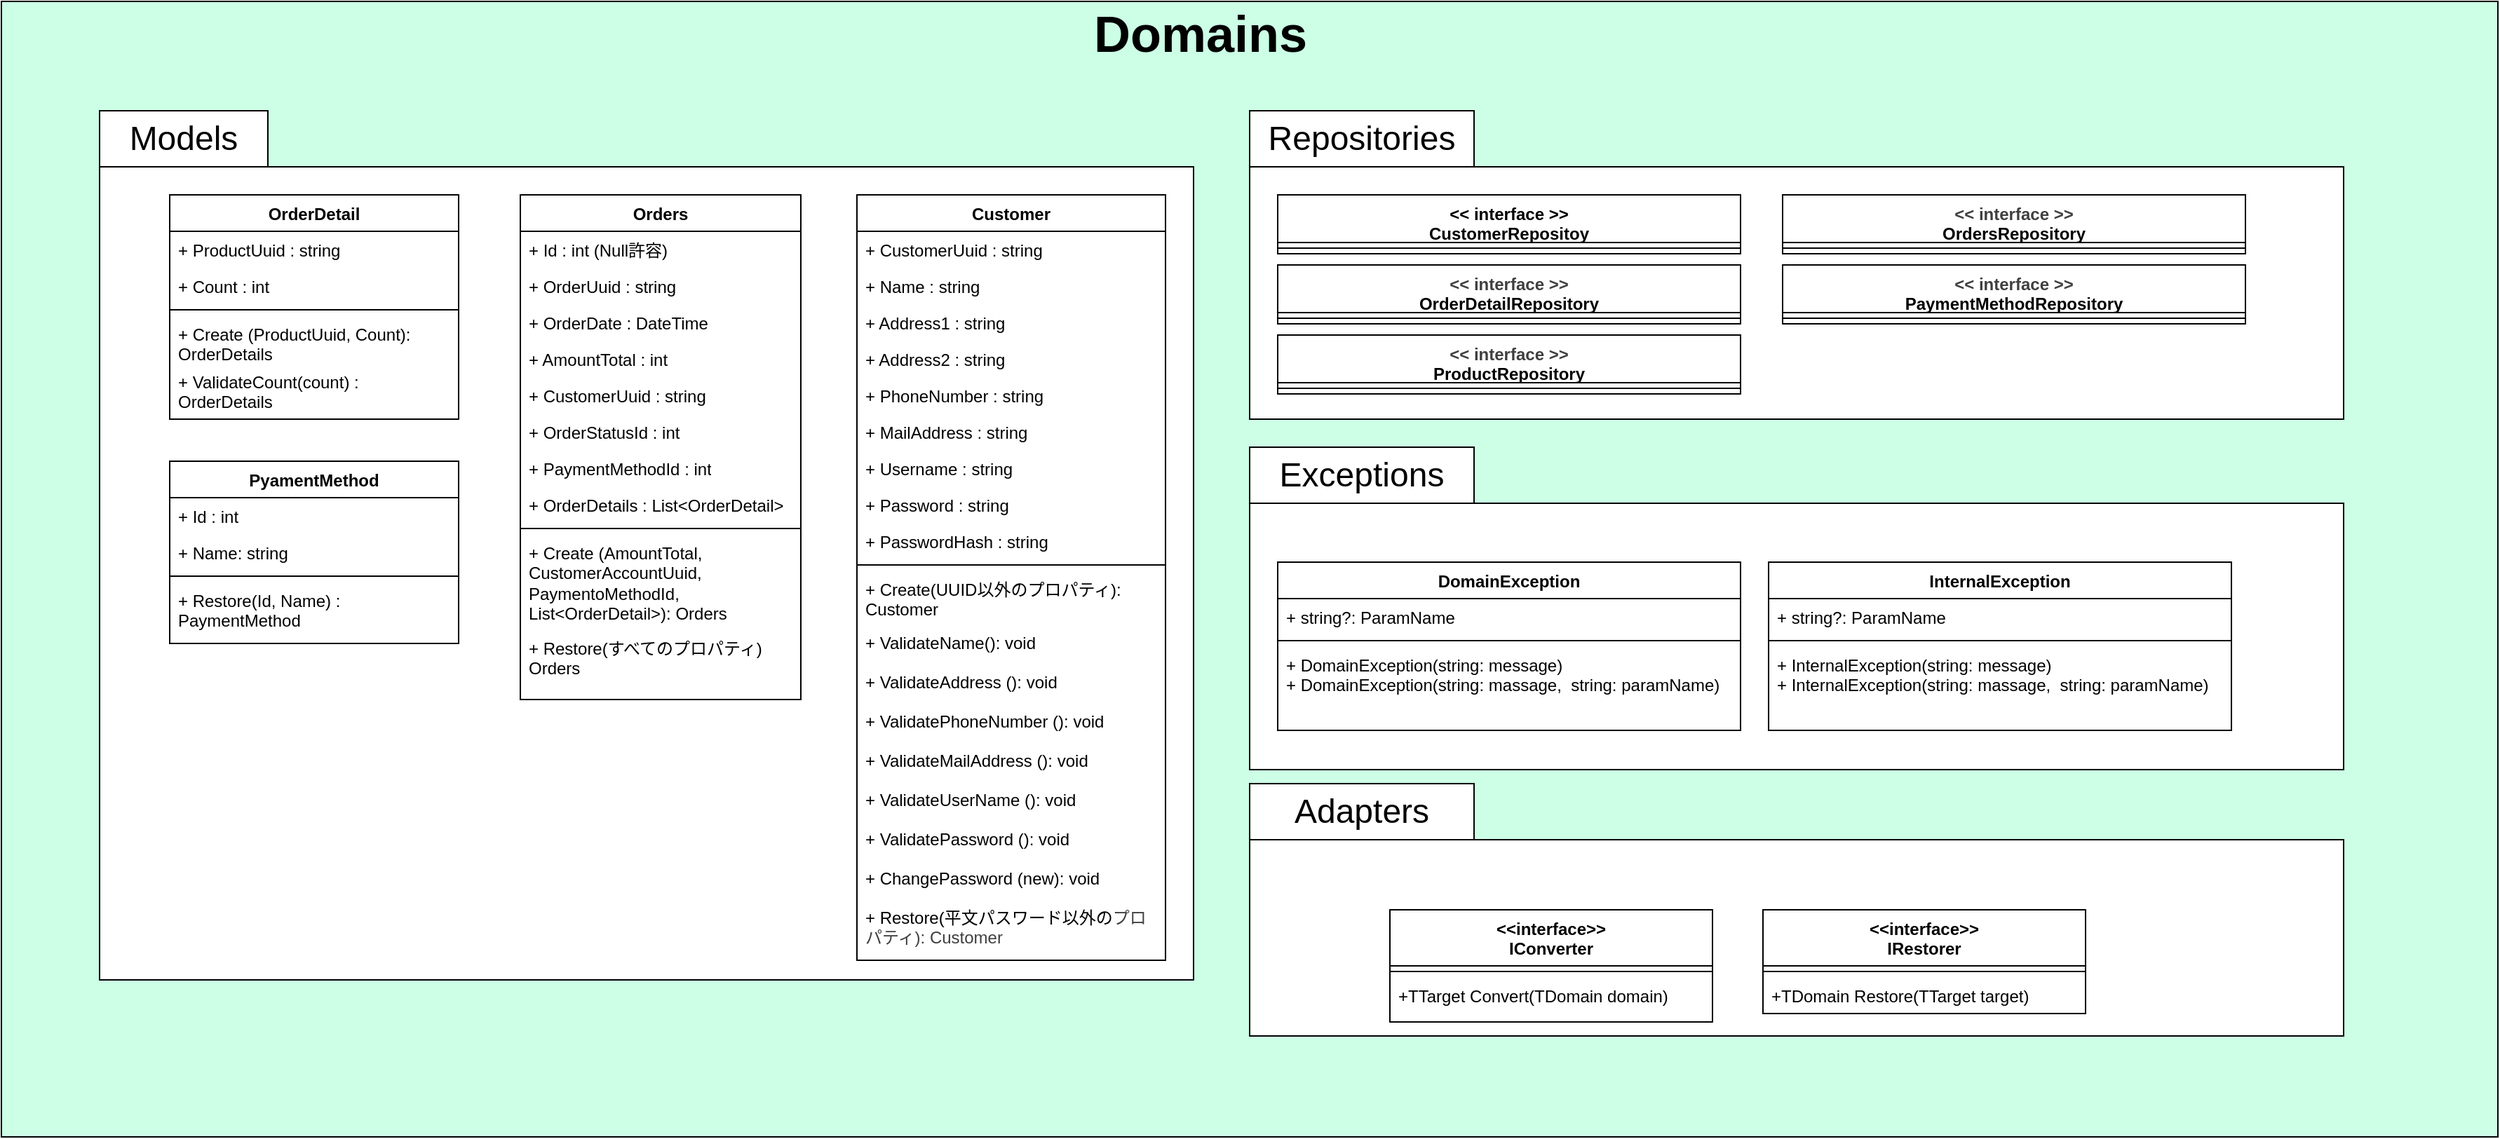
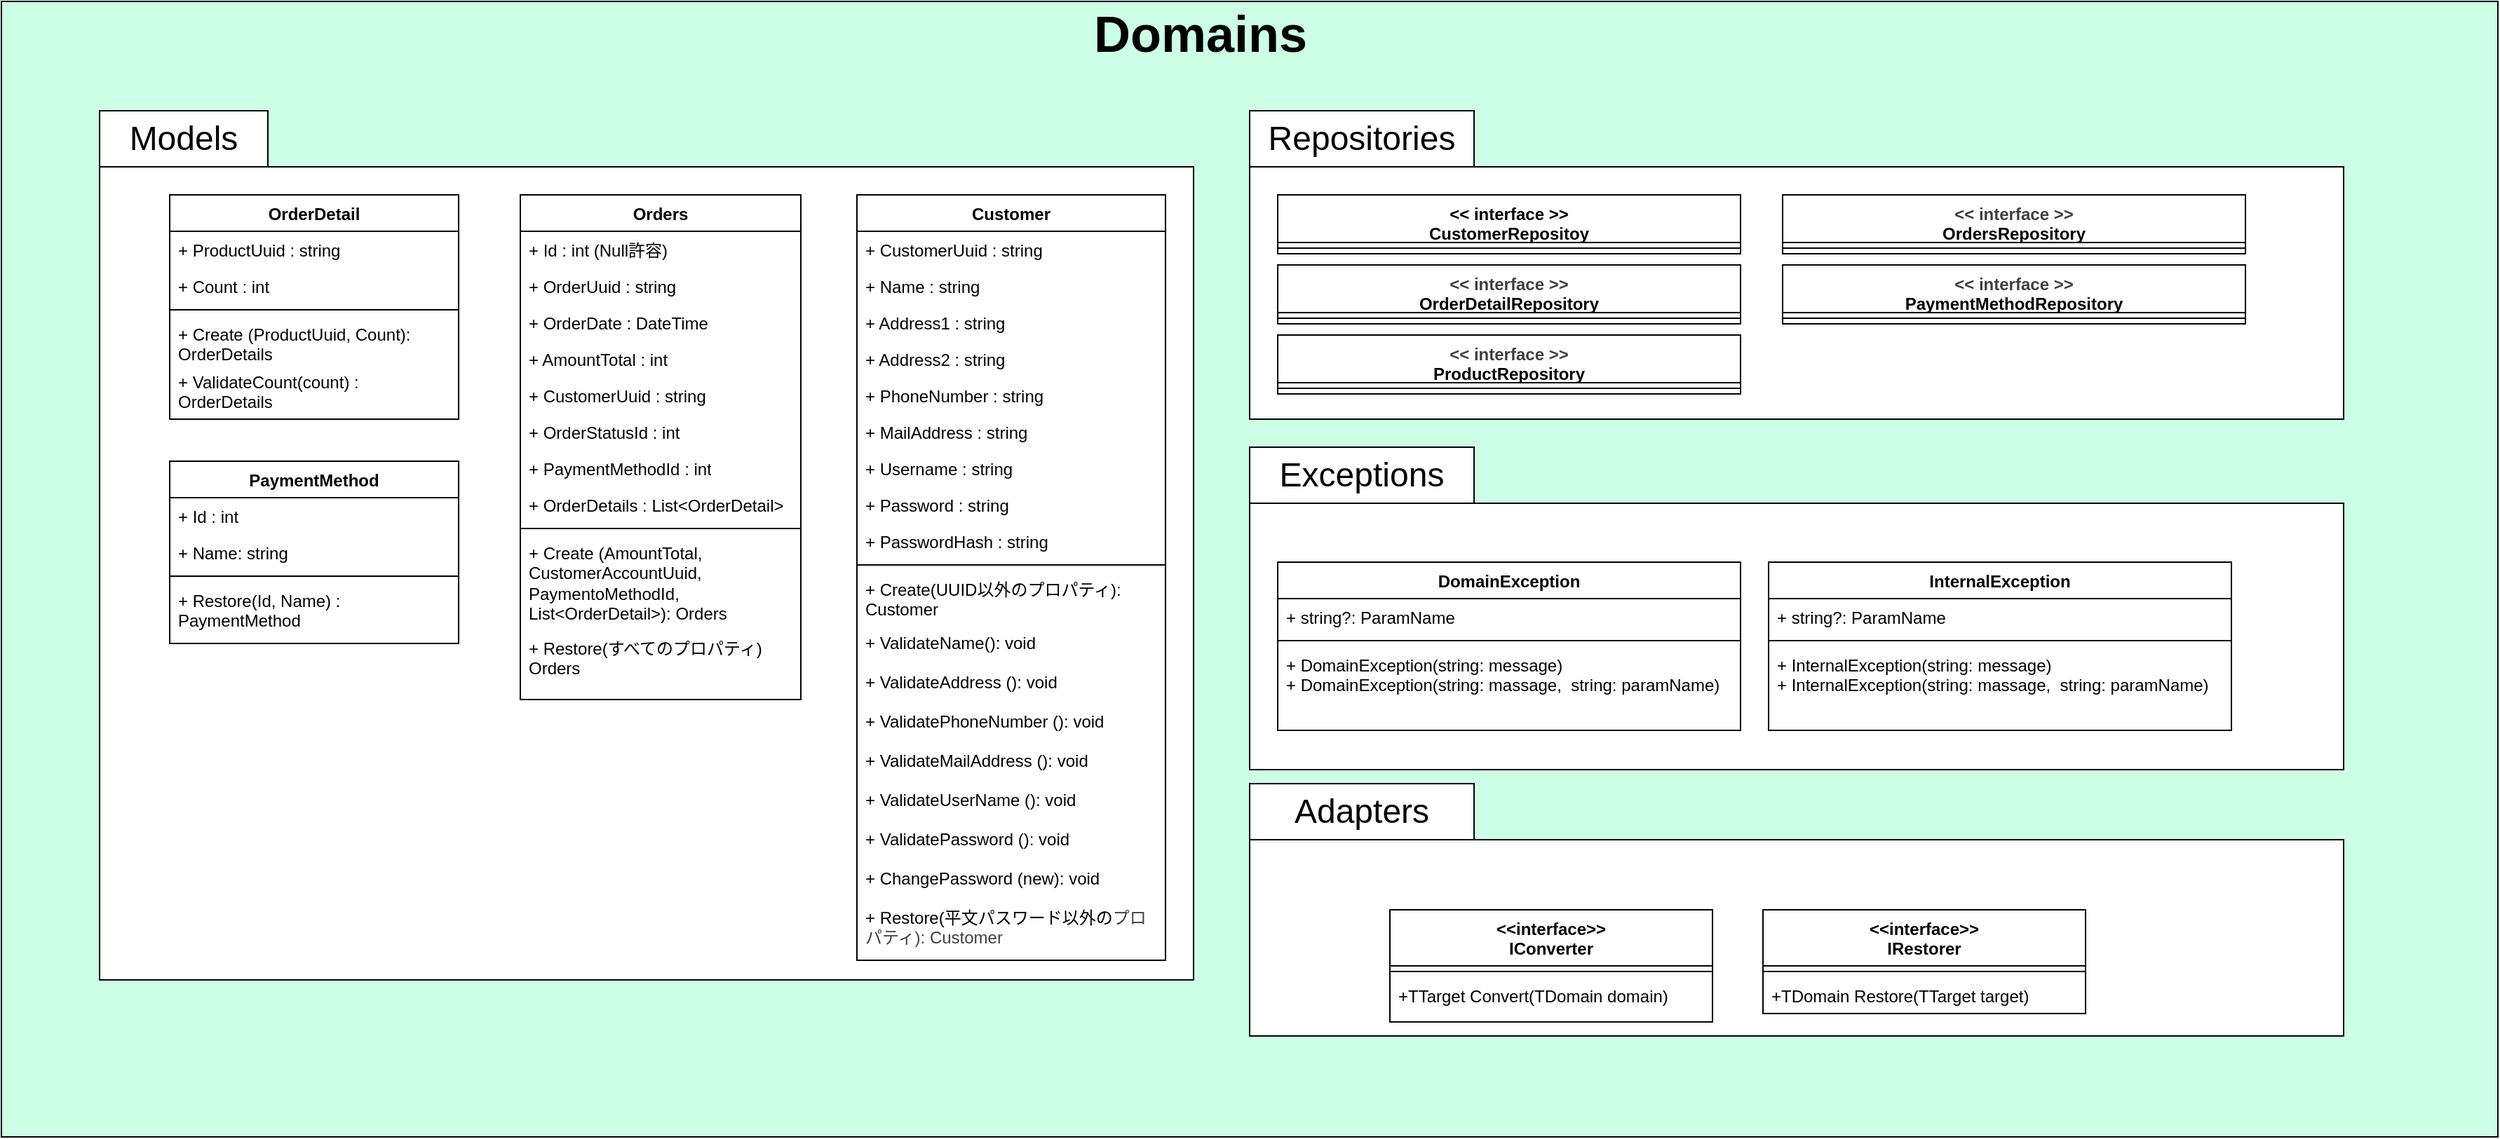
<mxfile host="65bd71144e">
    <diagram id="SwhVxfcrNr2Z_zkzJAcp" name="ページ1">
-         <mxGraphModel dx="2496" dy="1020" grid="1" gridSize="10" guides="1" tooltips="1" connect="1" arrows="1" fold="1" page="1" pageScale="1" pageWidth="827" pageHeight="1169" math="0" shadow="0">
+         <mxGraphModel dx="1362" dy="532" grid="1" gridSize="10" guides="1" tooltips="1" connect="1" arrows="1" fold="1" page="1" pageScale="1" pageWidth="827" pageHeight="1169" math="0" shadow="0">
            <root>
                <mxCell id="0"/>
                <mxCell id="1" parent="0"/>
                <mxCell id="124" value="" style="rounded=0;whiteSpace=wrap;html=1;fillColor=#CCFFE6;" parent="1" vertex="1">
                    <mxGeometry x="-100" y="572" width="1780" height="810" as="geometry"/>
                </mxCell>
                <mxCell id="68" value="" style="rounded=0;whiteSpace=wrap;html=1;" parent="1" vertex="1">
                    <mxGeometry x="-30" y="690" width="780" height="580" as="geometry"/>
                </mxCell>
                <mxCell id="2" value="Customer" style="swimlane;fontStyle=1;align=center;verticalAlign=top;childLayout=stackLayout;horizontal=1;startSize=26;horizontalStack=0;resizeParent=1;resizeParentMax=0;resizeLast=0;collapsible=1;marginBottom=0;whiteSpace=wrap;html=1;" parent="1" vertex="1">
                    <mxGeometry x="510" y="710" width="220" height="546" as="geometry"/>
                </mxCell>
                <mxCell id="3" value="+ CustomerUuid : string" style="text;strokeColor=none;fillColor=none;align=left;verticalAlign=top;spacingLeft=4;spacingRight=4;overflow=hidden;rotatable=0;points=[[0,0.5],[1,0.5]];portConstraint=eastwest;whiteSpace=wrap;html=1;" parent="2" vertex="1">
                    <mxGeometry y="26" width="220" height="26" as="geometry"/>
                </mxCell>
                <mxCell id="6" value="+ Name : string" style="text;strokeColor=none;fillColor=none;align=left;verticalAlign=top;spacingLeft=4;spacingRight=4;overflow=hidden;rotatable=0;points=[[0,0.5],[1,0.5]];portConstraint=eastwest;whiteSpace=wrap;html=1;" parent="2" vertex="1">
                    <mxGeometry y="52" width="220" height="26" as="geometry"/>
                </mxCell>
                <mxCell id="7" value="+ Address1 : string" style="text;strokeColor=none;fillColor=none;align=left;verticalAlign=top;spacingLeft=4;spacingRight=4;overflow=hidden;rotatable=0;points=[[0,0.5],[1,0.5]];portConstraint=eastwest;whiteSpace=wrap;html=1;" parent="2" vertex="1">
                    <mxGeometry y="78" width="220" height="26" as="geometry"/>
                </mxCell>
                <mxCell id="8" value="+ Address2 : string" style="text;strokeColor=none;fillColor=none;align=left;verticalAlign=top;spacingLeft=4;spacingRight=4;overflow=hidden;rotatable=0;points=[[0,0.5],[1,0.5]];portConstraint=eastwest;whiteSpace=wrap;html=1;" parent="2" vertex="1">
                    <mxGeometry y="104" width="220" height="26" as="geometry"/>
                </mxCell>
                <mxCell id="9" value="+ PhoneNumber : string" style="text;strokeColor=none;fillColor=none;align=left;verticalAlign=top;spacingLeft=4;spacingRight=4;overflow=hidden;rotatable=0;points=[[0,0.5],[1,0.5]];portConstraint=eastwest;whiteSpace=wrap;html=1;" parent="2" vertex="1">
                    <mxGeometry y="130" width="220" height="26" as="geometry"/>
                </mxCell>
                <mxCell id="10" value="+ MailAddress : string" style="text;strokeColor=none;fillColor=none;align=left;verticalAlign=top;spacingLeft=4;spacingRight=4;overflow=hidden;rotatable=0;points=[[0,0.5],[1,0.5]];portConstraint=eastwest;whiteSpace=wrap;html=1;" parent="2" vertex="1">
                    <mxGeometry y="156" width="220" height="26" as="geometry"/>
                </mxCell>
                <mxCell id="11" value="+ Username : string" style="text;strokeColor=none;fillColor=none;align=left;verticalAlign=top;spacingLeft=4;spacingRight=4;overflow=hidden;rotatable=0;points=[[0,0.5],[1,0.5]];portConstraint=eastwest;whiteSpace=wrap;html=1;" parent="2" vertex="1">
                    <mxGeometry y="182" width="220" height="26" as="geometry"/>
                </mxCell>
                <mxCell id="12" value="+ Password : string" style="text;strokeColor=none;fillColor=none;align=left;verticalAlign=top;spacingLeft=4;spacingRight=4;overflow=hidden;rotatable=0;points=[[0,0.5],[1,0.5]];portConstraint=eastwest;whiteSpace=wrap;html=1;" parent="2" vertex="1">
                    <mxGeometry y="208" width="220" height="26" as="geometry"/>
                </mxCell>
                <mxCell id="126" value="+ PasswordHash : string" style="text;strokeColor=none;fillColor=none;align=left;verticalAlign=top;spacingLeft=4;spacingRight=4;overflow=hidden;rotatable=0;points=[[0,0.5],[1,0.5]];portConstraint=eastwest;whiteSpace=wrap;html=1;" parent="2" vertex="1">
                    <mxGeometry y="234" width="220" height="26" as="geometry"/>
                </mxCell>
                <mxCell id="4" value="" style="line;strokeWidth=1;fillColor=none;align=left;verticalAlign=middle;spacingTop=-1;spacingLeft=3;spacingRight=3;rotatable=0;labelPosition=right;points=[];portConstraint=eastwest;strokeColor=inherit;" parent="2" vertex="1">
                    <mxGeometry y="260" width="220" height="8" as="geometry"/>
                </mxCell>
                <mxCell id="5" value="+ Create(UUID以外のプロパティ): Customer" style="text;strokeColor=none;fillColor=none;align=left;verticalAlign=top;spacingLeft=4;spacingRight=4;overflow=hidden;rotatable=0;points=[[0,0.5],[1,0.5]];portConstraint=eastwest;whiteSpace=wrap;html=1;" parent="2" vertex="1">
                    <mxGeometry y="268" width="220" height="38" as="geometry"/>
                </mxCell>
                <mxCell id="14" value="+ ValidateName(): void" style="text;strokeColor=none;fillColor=none;align=left;verticalAlign=top;spacingLeft=4;spacingRight=4;overflow=hidden;rotatable=0;points=[[0,0.5],[1,0.5]];portConstraint=eastwest;whiteSpace=wrap;html=1;" parent="2" vertex="1">
                    <mxGeometry y="306" width="220" height="28" as="geometry"/>
                </mxCell>
                <mxCell id="16" value="+ Validate&lt;span style=&quot;color: rgb(0, 0, 0);&quot;&gt;Address&amp;nbsp;&lt;/span&gt;(): void" style="text;strokeColor=none;fillColor=none;align=left;verticalAlign=top;spacingLeft=4;spacingRight=4;overflow=hidden;rotatable=0;points=[[0,0.5],[1,0.5]];portConstraint=eastwest;whiteSpace=wrap;html=1;" parent="2" vertex="1">
                    <mxGeometry y="334" width="220" height="28" as="geometry"/>
                </mxCell>
                <mxCell id="17" value="+ Validate&lt;span style=&quot;color: rgb(0, 0, 0);&quot;&gt;PhoneNumber &lt;/span&gt;(): void" style="text;strokeColor=none;fillColor=none;align=left;verticalAlign=top;spacingLeft=4;spacingRight=4;overflow=hidden;rotatable=0;points=[[0,0.5],[1,0.5]];portConstraint=eastwest;whiteSpace=wrap;html=1;" parent="2" vertex="1">
                    <mxGeometry y="362" width="220" height="28" as="geometry"/>
                </mxCell>
                <mxCell id="18" value="+ Validate&lt;span style=&quot;color: rgb(0, 0, 0);&quot;&gt;MailAddress &lt;/span&gt;(): void" style="text;strokeColor=none;fillColor=none;align=left;verticalAlign=top;spacingLeft=4;spacingRight=4;overflow=hidden;rotatable=0;points=[[0,0.5],[1,0.5]];portConstraint=eastwest;whiteSpace=wrap;html=1;" parent="2" vertex="1">
                    <mxGeometry y="390" width="220" height="28" as="geometry"/>
                </mxCell>
                <mxCell id="19" value="+ Validate&lt;span style=&quot;color: rgb(0, 0, 0);&quot;&gt;UserName &lt;/span&gt;(): void" style="text;strokeColor=none;fillColor=none;align=left;verticalAlign=top;spacingLeft=4;spacingRight=4;overflow=hidden;rotatable=0;points=[[0,0.5],[1,0.5]];portConstraint=eastwest;whiteSpace=wrap;html=1;" parent="2" vertex="1">
                    <mxGeometry y="418" width="220" height="28" as="geometry"/>
                </mxCell>
                <mxCell id="20" value="+ Validate&lt;span style=&quot;color: rgb(0, 0, 0);&quot;&gt;Password &lt;/span&gt;(): void" style="text;strokeColor=none;fillColor=none;align=left;verticalAlign=top;spacingLeft=4;spacingRight=4;overflow=hidden;rotatable=0;points=[[0,0.5],[1,0.5]];portConstraint=eastwest;whiteSpace=wrap;html=1;" parent="2" vertex="1">
                    <mxGeometry y="446" width="220" height="28" as="geometry"/>
                </mxCell>
                <mxCell id="102" value="+ Change&lt;span style=&quot;color: rgb(0, 0, 0);&quot;&gt;Password &lt;/span&gt;(new): void" style="text;strokeColor=none;fillColor=none;align=left;verticalAlign=top;spacingLeft=4;spacingRight=4;overflow=hidden;rotatable=0;points=[[0,0.5],[1,0.5]];portConstraint=eastwest;whiteSpace=wrap;html=1;" parent="2" vertex="1">
                    <mxGeometry y="474" width="220" height="28" as="geometry"/>
                </mxCell>
                <mxCell id="15" value="+ Restore(平文パスワード以外の&lt;span style=&quot;color: rgb(63, 63, 63); background-color: transparent;&quot;&gt;プロパティ): Customer&lt;/span&gt;" style="text;strokeColor=none;fillColor=none;align=left;verticalAlign=top;spacingLeft=4;spacingRight=4;overflow=hidden;rotatable=0;points=[[0,0.5],[1,0.5]];portConstraint=eastwest;whiteSpace=wrap;html=1;" parent="2" vertex="1">
                    <mxGeometry y="502" width="220" height="44" as="geometry"/>
                </mxCell>
                <mxCell id="25" value="Orders" style="swimlane;fontStyle=1;align=center;verticalAlign=top;childLayout=stackLayout;horizontal=1;startSize=26;horizontalStack=0;resizeParent=1;resizeParentMax=0;resizeLast=0;collapsible=1;marginBottom=0;whiteSpace=wrap;html=1;" parent="1" vertex="1">
                    <mxGeometry x="270" y="710" width="200" height="360" as="geometry"/>
                </mxCell>
                <mxCell id="26" value="+ Id : int (Null許容)" style="text;strokeColor=none;fillColor=none;align=left;verticalAlign=top;spacingLeft=4;spacingRight=4;overflow=hidden;rotatable=0;points=[[0,0.5],[1,0.5]];portConstraint=eastwest;whiteSpace=wrap;html=1;" parent="25" vertex="1">
                    <mxGeometry y="26" width="200" height="26" as="geometry"/>
                </mxCell>
                <mxCell id="40" value="+ OrderUuid : string" style="text;strokeColor=none;fillColor=none;align=left;verticalAlign=top;spacingLeft=4;spacingRight=4;overflow=hidden;rotatable=0;points=[[0,0.5],[1,0.5]];portConstraint=eastwest;whiteSpace=wrap;html=1;" parent="25" vertex="1">
                    <mxGeometry y="52" width="200" height="26" as="geometry"/>
                </mxCell>
                <mxCell id="44" value="+ OrderDate : DateTime" style="text;strokeColor=none;fillColor=none;align=left;verticalAlign=top;spacingLeft=4;spacingRight=4;overflow=hidden;rotatable=0;points=[[0,0.5],[1,0.5]];portConstraint=eastwest;whiteSpace=wrap;html=1;" parent="25" vertex="1">
                    <mxGeometry y="78" width="200" height="26" as="geometry"/>
                </mxCell>
                <mxCell id="43" value="+ AmountTotal : int" style="text;strokeColor=none;fillColor=none;align=left;verticalAlign=top;spacingLeft=4;spacingRight=4;overflow=hidden;rotatable=0;points=[[0,0.5],[1,0.5]];portConstraint=eastwest;whiteSpace=wrap;html=1;" parent="25" vertex="1">
                    <mxGeometry y="104" width="200" height="26" as="geometry"/>
                </mxCell>
                <mxCell id="42" value="+ CustomerUuid : string" style="text;strokeColor=none;fillColor=none;align=left;verticalAlign=top;spacingLeft=4;spacingRight=4;overflow=hidden;rotatable=0;points=[[0,0.5],[1,0.5]];portConstraint=eastwest;whiteSpace=wrap;html=1;" parent="25" vertex="1">
                    <mxGeometry y="130" width="200" height="26" as="geometry"/>
                </mxCell>
                <mxCell id="41" value="+ OrderStatusId : int" style="text;strokeColor=none;fillColor=none;align=left;verticalAlign=top;spacingLeft=4;spacingRight=4;overflow=hidden;rotatable=0;points=[[0,0.5],[1,0.5]];portConstraint=eastwest;whiteSpace=wrap;html=1;" parent="25" vertex="1">
                    <mxGeometry y="156" width="200" height="26" as="geometry"/>
                </mxCell>
                <mxCell id="47" value="+ PaymentMethodId : int" style="text;strokeColor=none;fillColor=none;align=left;verticalAlign=top;spacingLeft=4;spacingRight=4;overflow=hidden;rotatable=0;points=[[0,0.5],[1,0.5]];portConstraint=eastwest;whiteSpace=wrap;html=1;" parent="25" vertex="1">
                    <mxGeometry y="182" width="200" height="26" as="geometry"/>
                </mxCell>
                <mxCell id="46" value="+ OrderDetails : List&amp;lt;OrderDetail&amp;gt;" style="text;strokeColor=none;fillColor=none;align=left;verticalAlign=top;spacingLeft=4;spacingRight=4;overflow=hidden;rotatable=0;points=[[0,0.5],[1,0.5]];portConstraint=eastwest;whiteSpace=wrap;html=1;" parent="25" vertex="1">
                    <mxGeometry y="208" width="200" height="26" as="geometry"/>
                </mxCell>
                <mxCell id="27" value="" style="line;strokeWidth=1;fillColor=none;align=left;verticalAlign=middle;spacingTop=-1;spacingLeft=3;spacingRight=3;rotatable=0;labelPosition=right;points=[];portConstraint=eastwest;strokeColor=inherit;" parent="25" vertex="1">
                    <mxGeometry y="234" width="200" height="8" as="geometry"/>
                </mxCell>
                <mxCell id="49" value="+ Create (AmountTotal, CustomerAccountUuid, PaymentoMethodId, List&amp;lt;OrderDetail&amp;gt;): Orders" style="text;strokeColor=none;fillColor=none;align=left;verticalAlign=top;spacingLeft=4;spacingRight=4;overflow=hidden;rotatable=0;points=[[0,0.5],[1,0.5]];portConstraint=eastwest;whiteSpace=wrap;html=1;" parent="25" vertex="1">
                    <mxGeometry y="242" width="200" height="68" as="geometry"/>
                </mxCell>
                <mxCell id="28" value="+ Restore(すべてのプロパティ) Orders" style="text;strokeColor=none;fillColor=none;align=left;verticalAlign=top;spacingLeft=4;spacingRight=4;overflow=hidden;rotatable=0;points=[[0,0.5],[1,0.5]];portConstraint=eastwest;whiteSpace=wrap;html=1;" parent="25" vertex="1">
                    <mxGeometry y="310" width="200" height="50" as="geometry"/>
                </mxCell>
                <mxCell id="51" value="OrderDetail" style="swimlane;fontStyle=1;align=center;verticalAlign=top;childLayout=stackLayout;horizontal=1;startSize=26;horizontalStack=0;resizeParent=1;resizeParentMax=0;resizeLast=0;collapsible=1;marginBottom=0;whiteSpace=wrap;html=1;" parent="1" vertex="1">
                    <mxGeometry x="20" y="710" width="206" height="160" as="geometry"/>
                </mxCell>
                <mxCell id="52" value="+ ProductUuid : string" style="text;strokeColor=none;fillColor=none;align=left;verticalAlign=top;spacingLeft=4;spacingRight=4;overflow=hidden;rotatable=0;points=[[0,0.5],[1,0.5]];portConstraint=eastwest;whiteSpace=wrap;html=1;" parent="51" vertex="1">
                    <mxGeometry y="26" width="206" height="26" as="geometry"/>
                </mxCell>
                <mxCell id="53" value="+ Count : int" style="text;strokeColor=none;fillColor=none;align=left;verticalAlign=top;spacingLeft=4;spacingRight=4;overflow=hidden;rotatable=0;points=[[0,0.5],[1,0.5]];portConstraint=eastwest;whiteSpace=wrap;html=1;" parent="51" vertex="1">
                    <mxGeometry y="52" width="206" height="26" as="geometry"/>
                </mxCell>
                <mxCell id="59" value="" style="line;strokeWidth=1;fillColor=none;align=left;verticalAlign=middle;spacingTop=-1;spacingLeft=3;spacingRight=3;rotatable=0;labelPosition=right;points=[];portConstraint=eastwest;strokeColor=inherit;" parent="51" vertex="1">
                    <mxGeometry y="78" width="206" height="8" as="geometry"/>
                </mxCell>
                <mxCell id="61" value="+ Create (ProductUuid, Count): OrderDetails" style="text;strokeColor=none;fillColor=none;align=left;verticalAlign=top;spacingLeft=4;spacingRight=4;overflow=hidden;rotatable=0;points=[[0,0.5],[1,0.5]];portConstraint=eastwest;whiteSpace=wrap;html=1;" parent="51" vertex="1">
                    <mxGeometry y="86" width="206" height="34" as="geometry"/>
                </mxCell>
                <mxCell id="60" value="+ ValidateCount(count) : OrderDetails" style="text;strokeColor=none;fillColor=none;align=left;verticalAlign=top;spacingLeft=4;spacingRight=4;overflow=hidden;rotatable=0;points=[[0,0.5],[1,0.5]];portConstraint=eastwest;whiteSpace=wrap;html=1;" parent="51" vertex="1">
                    <mxGeometry y="120" width="206" height="40" as="geometry"/>
                </mxCell>
-                 <mxCell id="62" value="PyamentMethod" style="swimlane;fontStyle=1;align=center;verticalAlign=top;childLayout=stackLayout;horizontal=1;startSize=26;horizontalStack=0;resizeParent=1;resizeParentMax=0;resizeLast=0;collapsible=1;marginBottom=0;whiteSpace=wrap;html=1;" parent="1" vertex="1">
+                 <mxCell id="62" value="PaymentMethod" style="swimlane;fontStyle=1;align=center;verticalAlign=top;childLayout=stackLayout;horizontal=1;startSize=26;horizontalStack=0;resizeParent=1;resizeParentMax=0;resizeLast=0;collapsible=1;marginBottom=0;whiteSpace=wrap;html=1;" parent="1" vertex="1">
                    <mxGeometry x="20" y="900" width="206" height="130" as="geometry"/>
                </mxCell>
                <mxCell id="63" value="+ Id : int" style="text;strokeColor=none;fillColor=none;align=left;verticalAlign=top;spacingLeft=4;spacingRight=4;overflow=hidden;rotatable=0;points=[[0,0.5],[1,0.5]];portConstraint=eastwest;whiteSpace=wrap;html=1;" parent="62" vertex="1">
                    <mxGeometry y="26" width="206" height="26" as="geometry"/>
                </mxCell>
                <mxCell id="64" value="+ Name: string" style="text;strokeColor=none;fillColor=none;align=left;verticalAlign=top;spacingLeft=4;spacingRight=4;overflow=hidden;rotatable=0;points=[[0,0.5],[1,0.5]];portConstraint=eastwest;whiteSpace=wrap;html=1;" parent="62" vertex="1">
                    <mxGeometry y="52" width="206" height="26" as="geometry"/>
                </mxCell>
                <mxCell id="128" value="" style="line;strokeWidth=1;fillColor=none;align=left;verticalAlign=middle;spacingTop=-1;spacingLeft=3;spacingRight=3;rotatable=0;labelPosition=right;points=[];portConstraint=eastwest;strokeColor=inherit;" parent="62" vertex="1">
                    <mxGeometry y="78" width="206" height="8" as="geometry"/>
                </mxCell>
                <mxCell id="127" value="+ Restore(Id, Name) : PaymentMethod" style="text;strokeColor=none;fillColor=none;align=left;verticalAlign=top;spacingLeft=4;spacingRight=4;overflow=hidden;rotatable=0;points=[[0,0.5],[1,0.5]];portConstraint=eastwest;whiteSpace=wrap;html=1;" parent="62" vertex="1">
                    <mxGeometry y="86" width="206" height="44" as="geometry"/>
                </mxCell>
                <mxCell id="69" value="&lt;font style=&quot;font-size: 24px;&quot;&gt;Models&lt;/font&gt;" style="rounded=0;whiteSpace=wrap;html=1;" parent="1" vertex="1">
                    <mxGeometry x="-30" y="650" width="120" height="40" as="geometry"/>
                </mxCell>
                <mxCell id="70" value="" style="rounded=0;whiteSpace=wrap;html=1;" parent="1" vertex="1">
                    <mxGeometry x="790" y="690" width="780" height="180" as="geometry"/>
                </mxCell>
                <mxCell id="71" value="&lt;font style=&quot;font-size: 24px;&quot;&gt;Repositories&lt;/font&gt;" style="rounded=0;whiteSpace=wrap;html=1;" parent="1" vertex="1">
                    <mxGeometry x="790" y="650" width="160" height="40" as="geometry"/>
                </mxCell>
                <mxCell id="72" value="" style="rounded=0;whiteSpace=wrap;html=1;" parent="1" vertex="1">
                    <mxGeometry x="790" y="930" width="780" height="190" as="geometry"/>
                </mxCell>
                <mxCell id="73" value="&lt;font style=&quot;font-size: 24px;&quot;&gt;Exceptions&lt;/font&gt;" style="rounded=0;whiteSpace=wrap;html=1;" parent="1" vertex="1">
                    <mxGeometry x="790" y="890" width="160" height="40" as="geometry"/>
                </mxCell>
                <mxCell id="78" value="DomainException" style="swimlane;fontStyle=1;align=center;verticalAlign=top;childLayout=stackLayout;horizontal=1;startSize=26;horizontalStack=0;resizeParent=1;resizeParentMax=0;resizeLast=0;collapsible=1;marginBottom=0;whiteSpace=wrap;html=1;" parent="1" vertex="1">
                    <mxGeometry x="810" y="972" width="330" height="120" as="geometry"/>
                </mxCell>
                <mxCell id="79" value="+ string?: ParamName" style="text;strokeColor=none;fillColor=none;align=left;verticalAlign=top;spacingLeft=4;spacingRight=4;overflow=hidden;rotatable=0;points=[[0,0.5],[1,0.5]];portConstraint=eastwest;whiteSpace=wrap;html=1;" parent="78" vertex="1">
                    <mxGeometry y="26" width="330" height="26" as="geometry"/>
                </mxCell>
                <mxCell id="80" value="" style="line;strokeWidth=1;fillColor=none;align=left;verticalAlign=middle;spacingTop=-1;spacingLeft=3;spacingRight=3;rotatable=0;labelPosition=right;points=[];portConstraint=eastwest;strokeColor=inherit;" parent="78" vertex="1">
                    <mxGeometry y="52" width="330" height="8" as="geometry"/>
                </mxCell>
                <mxCell id="81" value="+ DomainException(string: message)&lt;div&gt;+ DomainException(string: massage,&amp;nbsp; string: paramName)&lt;/div&gt;" style="text;strokeColor=none;fillColor=none;align=left;verticalAlign=top;spacingLeft=4;spacingRight=4;overflow=hidden;rotatable=0;points=[[0,0.5],[1,0.5]];portConstraint=eastwest;whiteSpace=wrap;html=1;" parent="78" vertex="1">
                    <mxGeometry y="60" width="330" height="60" as="geometry"/>
                </mxCell>
                <mxCell id="82" value="InternalException" style="swimlane;fontStyle=1;align=center;verticalAlign=top;childLayout=stackLayout;horizontal=1;startSize=26;horizontalStack=0;resizeParent=1;resizeParentMax=0;resizeLast=0;collapsible=1;marginBottom=0;whiteSpace=wrap;html=1;" parent="1" vertex="1">
                    <mxGeometry x="1160" y="972" width="330" height="120" as="geometry"/>
                </mxCell>
                <mxCell id="83" value="+ string?: ParamName" style="text;strokeColor=none;fillColor=none;align=left;verticalAlign=top;spacingLeft=4;spacingRight=4;overflow=hidden;rotatable=0;points=[[0,0.5],[1,0.5]];portConstraint=eastwest;whiteSpace=wrap;html=1;" parent="82" vertex="1">
                    <mxGeometry y="26" width="330" height="26" as="geometry"/>
                </mxCell>
                <mxCell id="84" value="" style="line;strokeWidth=1;fillColor=none;align=left;verticalAlign=middle;spacingTop=-1;spacingLeft=3;spacingRight=3;rotatable=0;labelPosition=right;points=[];portConstraint=eastwest;strokeColor=inherit;" parent="82" vertex="1">
                    <mxGeometry y="52" width="330" height="8" as="geometry"/>
                </mxCell>
                <mxCell id="85" value="+ InternalException(string: message)&lt;div&gt;+ InternalException(string: massage,&amp;nbsp; string: paramName)&lt;/div&gt;" style="text;strokeColor=none;fillColor=none;align=left;verticalAlign=top;spacingLeft=4;spacingRight=4;overflow=hidden;rotatable=0;points=[[0,0.5],[1,0.5]];portConstraint=eastwest;whiteSpace=wrap;html=1;" parent="82" vertex="1">
                    <mxGeometry y="60" width="330" height="60" as="geometry"/>
                </mxCell>
                <mxCell id="86" value="" style="rounded=0;whiteSpace=wrap;html=1;" parent="1" vertex="1">
                    <mxGeometry x="790" y="1170" width="780" height="140" as="geometry"/>
                </mxCell>
                <mxCell id="87" value="&lt;font style=&quot;font-size: 24px;&quot;&gt;Adapters&lt;/font&gt;" style="rounded=0;whiteSpace=wrap;html=1;" parent="1" vertex="1">
                    <mxGeometry x="790" y="1130" width="160" height="40" as="geometry"/>
                </mxCell>
                <mxCell id="96" value="&amp;lt;&amp;lt;interface&amp;gt;&amp;gt;&lt;div&gt;IConverter&lt;/div&gt;" style="swimlane;fontStyle=1;align=center;verticalAlign=top;childLayout=stackLayout;horizontal=1;startSize=40;horizontalStack=0;resizeParent=1;resizeParentMax=0;resizeLast=0;collapsible=1;marginBottom=0;whiteSpace=wrap;html=1;" parent="1" vertex="1">
                    <mxGeometry x="890" y="1220" width="230" height="80" as="geometry"/>
                </mxCell>
                <mxCell id="97" value="" style="line;strokeWidth=1;fillColor=none;align=left;verticalAlign=middle;spacingTop=-1;spacingLeft=3;spacingRight=3;rotatable=0;labelPosition=right;points=[];portConstraint=eastwest;strokeColor=inherit;" parent="96" vertex="1">
                    <mxGeometry y="40" width="230" height="8" as="geometry"/>
                </mxCell>
                <mxCell id="98" value="+TTarget Convert(TDomain domain)" style="text;strokeColor=none;fillColor=none;align=left;verticalAlign=top;spacingLeft=4;spacingRight=4;overflow=hidden;rotatable=0;points=[[0,0.5],[1,0.5]];portConstraint=eastwest;whiteSpace=wrap;html=1;" parent="96" vertex="1">
                    <mxGeometry y="48" width="230" height="32" as="geometry"/>
                </mxCell>
                <mxCell id="99" value="&amp;lt;&amp;lt;interface&amp;gt;&amp;gt;&lt;div&gt;IRestorer&lt;/div&gt;" style="swimlane;fontStyle=1;align=center;verticalAlign=top;childLayout=stackLayout;horizontal=1;startSize=40;horizontalStack=0;resizeParent=1;resizeParentMax=0;resizeLast=0;collapsible=1;marginBottom=0;whiteSpace=wrap;html=1;" parent="1" vertex="1">
                    <mxGeometry x="1156" y="1220" width="230" height="74" as="geometry"/>
                </mxCell>
                <mxCell id="100" value="" style="line;strokeWidth=1;fillColor=none;align=left;verticalAlign=middle;spacingTop=-1;spacingLeft=3;spacingRight=3;rotatable=0;labelPosition=right;points=[];portConstraint=eastwest;strokeColor=inherit;" parent="99" vertex="1">
                    <mxGeometry y="40" width="230" height="8" as="geometry"/>
                </mxCell>
                <mxCell id="101" value="+TDomain Restore(TTarget target)" style="text;strokeColor=none;fillColor=none;align=left;verticalAlign=top;spacingLeft=4;spacingRight=4;overflow=hidden;rotatable=0;points=[[0,0.5],[1,0.5]];portConstraint=eastwest;whiteSpace=wrap;html=1;" parent="99" vertex="1">
                    <mxGeometry y="48" width="230" height="26" as="geometry"/>
                </mxCell>
                <mxCell id="103" value="&lt;div&gt;&lt;span style=&quot;background-color: transparent;&quot;&gt;&amp;lt;&amp;lt; interface &amp;gt;&amp;gt;&lt;/span&gt;&lt;/div&gt;&lt;div&gt;&lt;span style=&quot;background-color: transparent;&quot;&gt;CustomerRepositoy&lt;/span&gt;&lt;/div&gt;" style="swimlane;fontStyle=1;align=center;verticalAlign=top;childLayout=stackLayout;horizontal=1;startSize=34;horizontalStack=0;resizeParent=1;resizeParentMax=0;resizeLast=0;collapsible=1;marginBottom=0;whiteSpace=wrap;html=1;" parent="1" vertex="1">
                    <mxGeometry x="810" y="710" width="330" height="42" as="geometry"/>
                </mxCell>
                <mxCell id="104" value="" style="line;strokeWidth=1;fillColor=none;align=left;verticalAlign=middle;spacingTop=-1;spacingLeft=3;spacingRight=3;rotatable=0;labelPosition=right;points=[];portConstraint=eastwest;strokeColor=inherit;" parent="103" vertex="1">
                    <mxGeometry y="34" width="330" height="8" as="geometry"/>
                </mxCell>
                <mxCell id="109" value="&lt;div&gt;&lt;div style=&quot;color: rgb(63, 63, 63); scrollbar-color: rgb(226, 226, 226) rgb(251, 251, 251);&quot;&gt;&lt;span style=&quot;color: rgb(63, 63, 63); scrollbar-color: rgb(226, 226, 226) rgb(251, 251, 251); background-color: transparent;&quot;&gt;&amp;lt;&amp;lt; interface &amp;gt;&amp;gt;&lt;/span&gt;&lt;/div&gt;&lt;/div&gt;PaymentMethodRepository" style="swimlane;fontStyle=1;align=center;verticalAlign=top;childLayout=stackLayout;horizontal=1;startSize=34;horizontalStack=0;resizeParent=1;resizeParentMax=0;resizeLast=0;collapsible=1;marginBottom=0;whiteSpace=wrap;html=1;" parent="1" vertex="1">
                    <mxGeometry x="1170" y="760" width="330" height="42" as="geometry"/>
                </mxCell>
                <mxCell id="110" value="" style="line;strokeWidth=1;fillColor=none;align=left;verticalAlign=middle;spacingTop=-1;spacingLeft=3;spacingRight=3;rotatable=0;labelPosition=right;points=[];portConstraint=eastwest;strokeColor=inherit;" parent="109" vertex="1">
                    <mxGeometry y="34" width="330" height="8" as="geometry"/>
                </mxCell>
                <mxCell id="112" value="&lt;div&gt;&lt;div style=&quot;color: rgb(63, 63, 63); scrollbar-color: rgb(226, 226, 226) rgb(251, 251, 251);&quot;&gt;&lt;span style=&quot;color: rgb(63, 63, 63); scrollbar-color: rgb(226, 226, 226) rgb(251, 251, 251); background-color: transparent;&quot;&gt;&amp;lt;&amp;lt; interface &amp;gt;&amp;gt;&lt;/span&gt;&lt;/div&gt;&lt;/div&gt;ProductRepository" style="swimlane;fontStyle=1;align=center;verticalAlign=top;childLayout=stackLayout;horizontal=1;startSize=34;horizontalStack=0;resizeParent=1;resizeParentMax=0;resizeLast=0;collapsible=1;marginBottom=0;whiteSpace=wrap;html=1;" parent="1" vertex="1">
                    <mxGeometry x="810" y="810" width="330" height="42" as="geometry"/>
                </mxCell>
                <mxCell id="113" value="" style="line;strokeWidth=1;fillColor=none;align=left;verticalAlign=middle;spacingTop=-1;spacingLeft=3;spacingRight=3;rotatable=0;labelPosition=right;points=[];portConstraint=eastwest;strokeColor=inherit;" parent="112" vertex="1">
                    <mxGeometry y="34" width="330" height="8" as="geometry"/>
                </mxCell>
                <mxCell id="115" value="&lt;div&gt;&lt;div style=&quot;color: rgb(63, 63, 63); scrollbar-color: rgb(226, 226, 226) rgb(251, 251, 251);&quot;&gt;&lt;span style=&quot;color: rgb(63, 63, 63); scrollbar-color: rgb(226, 226, 226) rgb(251, 251, 251); background-color: transparent;&quot;&gt;&amp;lt;&amp;lt; interface &amp;gt;&amp;gt;&lt;/span&gt;&lt;/div&gt;&lt;/div&gt;OrdersRepository" style="swimlane;fontStyle=1;align=center;verticalAlign=top;childLayout=stackLayout;horizontal=1;startSize=34;horizontalStack=0;resizeParent=1;resizeParentMax=0;resizeLast=0;collapsible=1;marginBottom=0;whiteSpace=wrap;html=1;" parent="1" vertex="1">
                    <mxGeometry x="1170" y="710" width="330" height="42" as="geometry"/>
                </mxCell>
                <mxCell id="116" value="" style="line;strokeWidth=1;fillColor=none;align=left;verticalAlign=middle;spacingTop=-1;spacingLeft=3;spacingRight=3;rotatable=0;labelPosition=right;points=[];portConstraint=eastwest;strokeColor=inherit;" parent="115" vertex="1">
                    <mxGeometry y="34" width="330" height="8" as="geometry"/>
                </mxCell>
                <mxCell id="120" value="&lt;div&gt;&lt;div style=&quot;color: rgb(63, 63, 63); scrollbar-color: rgb(226, 226, 226) rgb(251, 251, 251);&quot;&gt;&lt;span style=&quot;color: rgb(63, 63, 63); scrollbar-color: rgb(226, 226, 226) rgb(251, 251, 251); background-color: transparent;&quot;&gt;&amp;lt;&amp;lt; interface &amp;gt;&amp;gt;&lt;/span&gt;&lt;/div&gt;&lt;/div&gt;OrderDetailRepository" style="swimlane;fontStyle=1;align=center;verticalAlign=top;childLayout=stackLayout;horizontal=1;startSize=34;horizontalStack=0;resizeParent=1;resizeParentMax=0;resizeLast=0;collapsible=1;marginBottom=0;whiteSpace=wrap;html=1;" parent="1" vertex="1">
                    <mxGeometry x="810" y="760" width="330" height="42" as="geometry"/>
                </mxCell>
                <mxCell id="121" value="" style="line;strokeWidth=1;fillColor=none;align=left;verticalAlign=middle;spacingTop=-1;spacingLeft=3;spacingRight=3;rotatable=0;labelPosition=right;points=[];portConstraint=eastwest;strokeColor=inherit;" parent="120" vertex="1">
                    <mxGeometry y="34" width="330" height="8" as="geometry"/>
                </mxCell>
                <mxCell id="125" value="&lt;font style=&quot;font-size: 36px;&quot;&gt;Domains&lt;/font&gt;" style="text;html=1;align=center;verticalAlign=middle;whiteSpace=wrap;rounded=0;fontStyle=1" parent="1" vertex="1">
                    <mxGeometry x="590" y="580" width="330" height="30" as="geometry"/>
                </mxCell>
            </root>
        </mxGraphModel>
    </diagram>
</mxfile>